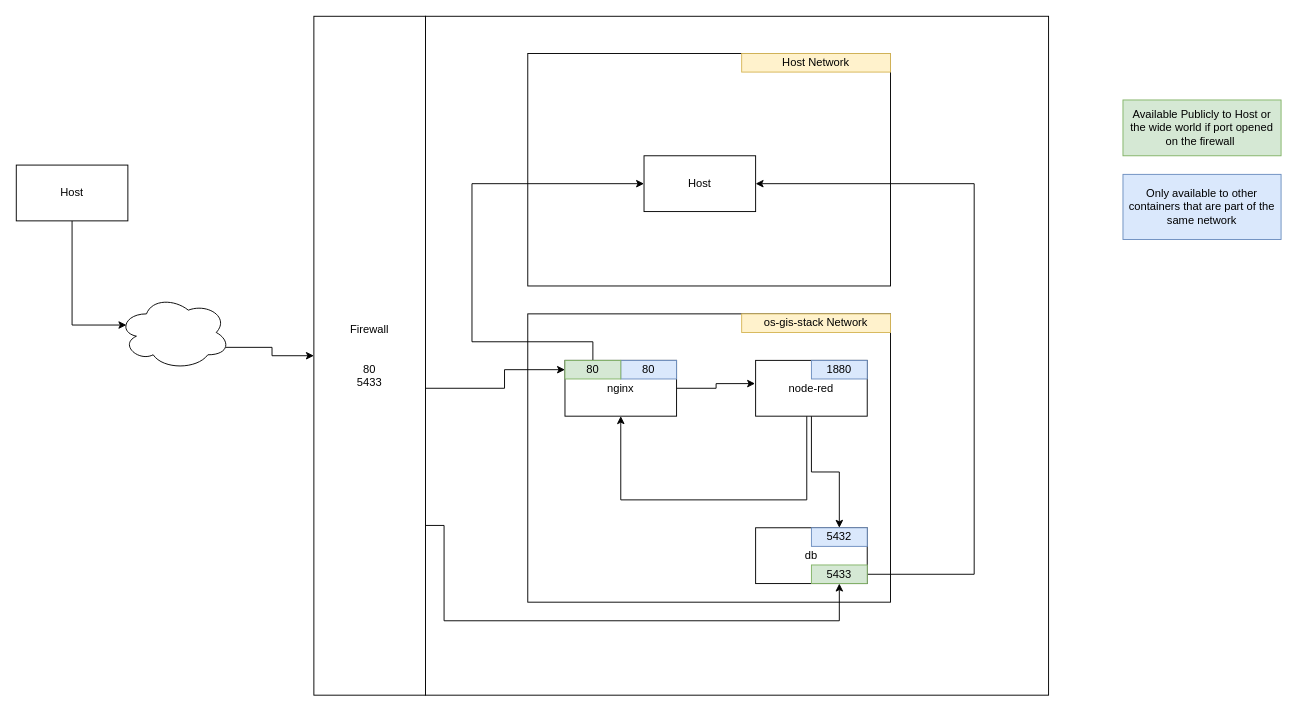
Above: diagrams/ContainerNetworking.drawio in kartoza/osgs (draw.io), before the change. Source tidied: cells renumbered, new cells numbered last; positions are measured from the earlier drawing's top-left corner, leaving out a move shared by most shapes. Both pictures are drawn from the tidied source at 93%, with x=0, y=0 at pixel (16, 16).
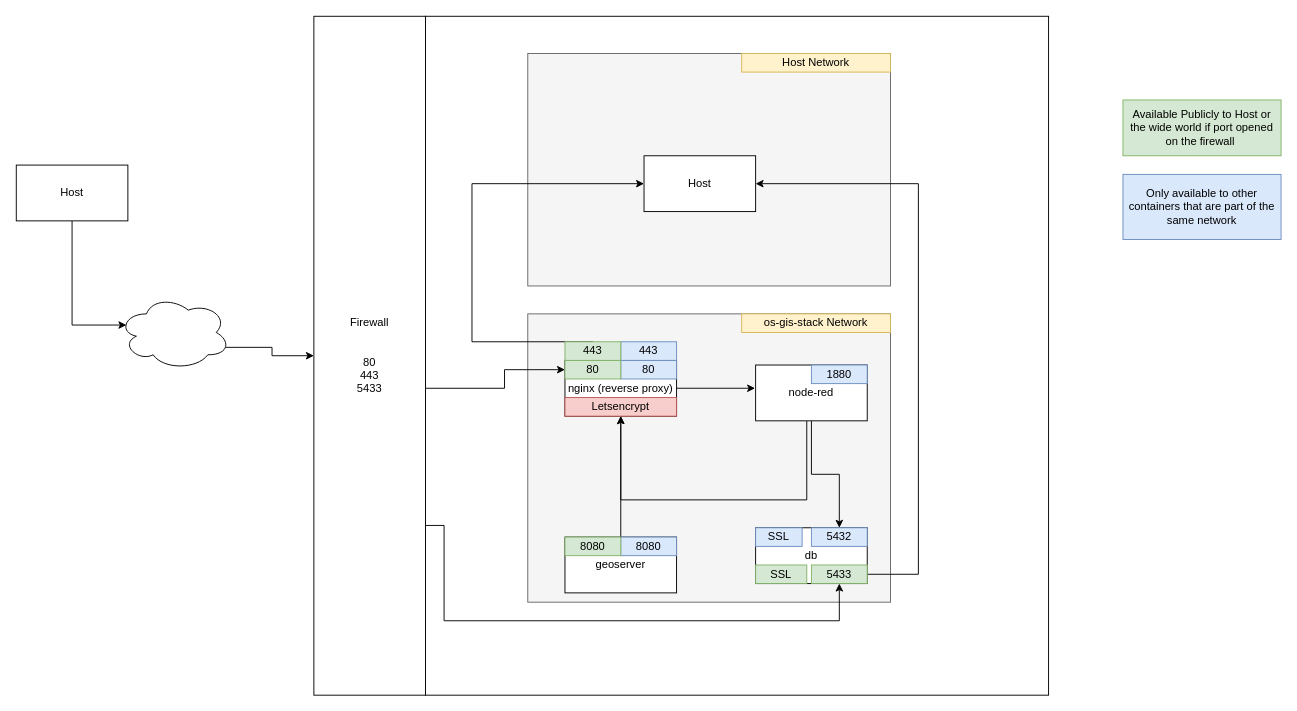
After the change.

The change refers to these unchanged cells:
```xml
<mxCell id="11" value="Host" style="rounded=0;whiteSpace=wrap;html=1;" parent="1" vertex="1">
  <mxGeometry x="675" y="150" width="120" height="60" as="geometry" />
</mxCell>
<mxCell id="27" value="5433" style="rounded=0;whiteSpace=wrap;html=1;fillColor=#d5e8d4;strokeColor=#82b366;" parent="1" vertex="1">
  <mxGeometry x="855" y="590" width="60" height="20" as="geometry" />
</mxCell>
```

What changed in the source:
```diff
@@
-    <mxCell id="3" style="rounded=0;whiteSpace=wrap;html=1;" parent="1" vertex="1">
+    <mxCell id="3" style="rounded=0;whiteSpace=wrap;html=1;fillColor=#f5f5f5;strokeColor=#666666;fontColor=#333333;" parent="1" vertex="1">
       <mxGeometry x="550" y="40" width="390" height="250" as="geometry" />
     </mxCell>
@@
-    <mxCell id="5" style="rounded=0;whiteSpace=wrap;html=1;" parent="1" vertex="1">
+    <mxCell id="5" style="rounded=0;whiteSpace=wrap;html=1;fillColor=#f5f5f5;strokeColor=#666666;fontColor=#333333;" parent="1" vertex="1">
       <mxGeometry x="550" y="320" width="390" height="310" as="geometry" />
     </mxCell>
@@
-    <mxCell id="7" value="nginx" style="rounded=0;whiteSpace=wrap;html=1;" parent="1" vertex="1">
+    <mxCell id="7" value="nginx (reverse proxy)" style="rounded=0;whiteSpace=wrap;html=1;" parent="1" vertex="1">
       <mxGeometry x="590" y="370" width="120" height="60" as="geometry" />
     </mxCell>
@@
     <mxCell id="10" value="node-red" style="rounded=0;whiteSpace=wrap;html=1;" parent="1" vertex="1">
-      <mxGeometry x="795" y="370" width="120" height="60" as="geometry" />
+      <mxGeometry x="795" y="375" width="120" height="60" as="geometry" />
     </mxCell>
@@
     <mxCell id="15" value="1880" style="rounded=0;whiteSpace=wrap;html=1;fillColor=#dae8fc;strokeColor=#6c8ebf;" parent="1" vertex="1">
-      <mxGeometry x="855" y="370" width="60" height="20" as="geometry" />
+      <mxGeometry x="855" y="375" width="60" height="20" as="geometry" />
     </mxCell>
@@
-    <mxCell id="21" value="Firewall&lt;br&gt;&lt;br&gt;&lt;br&gt;80&lt;br&gt;5433" style="rounded=0;whiteSpace=wrap;html=1;" parent="1" vertex="1">
+    <mxCell id="21" value="Firewall&lt;br&gt;&lt;br&gt;&lt;br&gt;80&lt;br&gt;443&lt;br&gt;5433" style="rounded=0;whiteSpace=wrap;html=1;" parent="1" vertex="1">
       <mxGeometry x="320" width="120" height="730" as="geometry" />
     </mxCell>
@@
     <mxCell id="26" style="edgeStyle=orthogonalEdgeStyle;rounded=0;jettySize=auto;html=1;entryX=1;entryY=0.5;entryDx=0;entryDy=0;" parent="1" edge="1" source="27" target="11">
       <mxGeometry relative="1" as="geometry">
         <Array as="points">
-          <mxPoint x="1030" y="600" />
-          <mxPoint x="1030" y="180" />
+          <mxPoint x="970" y="600" />
+          <mxPoint x="970" y="180" />
         </Array>
       </mxGeometry>
     </mxCell>
@@
+    <mxCell id="30" value="443" style="rounded=0;whiteSpace=wrap;html=1;fillColor=#dae8fc;strokeColor=#6c8ebf;" parent="1" vertex="1">
+      <mxGeometry x="650" y="350" width="60" height="20" as="geometry" />
+    </mxCell>
+    <mxCell id="31" value="443" style="rounded=0;whiteSpace=wrap;html=1;fillColor=#d5e8d4;strokeColor=#82b366;" parent="1" vertex="1">
+      <mxGeometry x="590" y="350" width="60" height="20" as="geometry" />
+    </mxCell>
+    <mxCell id="32" value="Letsencrypt" style="rounded=0;whiteSpace=wrap;html=1;fillColor=#f8cecc;strokeColor=#b85450;" parent="1" vertex="1">
+      <mxGeometry x="590" y="410" width="120" height="20" as="geometry" />
+    </mxCell>
+    <mxCell id="33" style="edgeStyle=orthogonalEdgeStyle;rounded=0;jettySize=auto;html=1;entryX=0.5;entryY=1;entryDx=0;entryDy=0;" parent="1" edge="1" source="34" target="32">
+      <mxGeometry relative="1" as="geometry" />
+    </mxCell>
+    <mxCell id="34" value="geoserver" style="rounded=0;whiteSpace=wrap;html=1;" parent="1" vertex="1">
+      <mxGeometry x="590" y="560" width="120" height="60" as="geometry" />
+    </mxCell>
+    <mxCell id="35" value="8080" style="rounded=0;whiteSpace=wrap;html=1;fillColor=#dae8fc;strokeColor=#6c8ebf;" parent="1" vertex="1">
+      <mxGeometry x="650" y="560" width="60" height="20" as="geometry" />
+    </mxCell>
+    <mxCell id="36" value="8080" style="rounded=0;whiteSpace=wrap;html=1;fillColor=#d5e8d4;strokeColor=#82b366;" parent="1" vertex="1">
+      <mxGeometry x="590" y="560" width="60" height="20" as="geometry" />
+    </mxCell>
+    <mxCell id="37" value="SSL" style="rounded=0;whiteSpace=wrap;html=1;fillColor=#d5e8d4;strokeColor=#82b366;" parent="1" vertex="1">
+      <mxGeometry x="795" y="590" width="55" height="20" as="geometry" />
+    </mxCell>
+    <mxCell id="38" value="SSL" style="rounded=0;whiteSpace=wrap;html=1;fillColor=#dae8fc;strokeColor=#6c8ebf;" parent="1" vertex="1">
+      <mxGeometry x="795" y="550" width="50" height="20" as="geometry" />
+    </mxCell>
```
